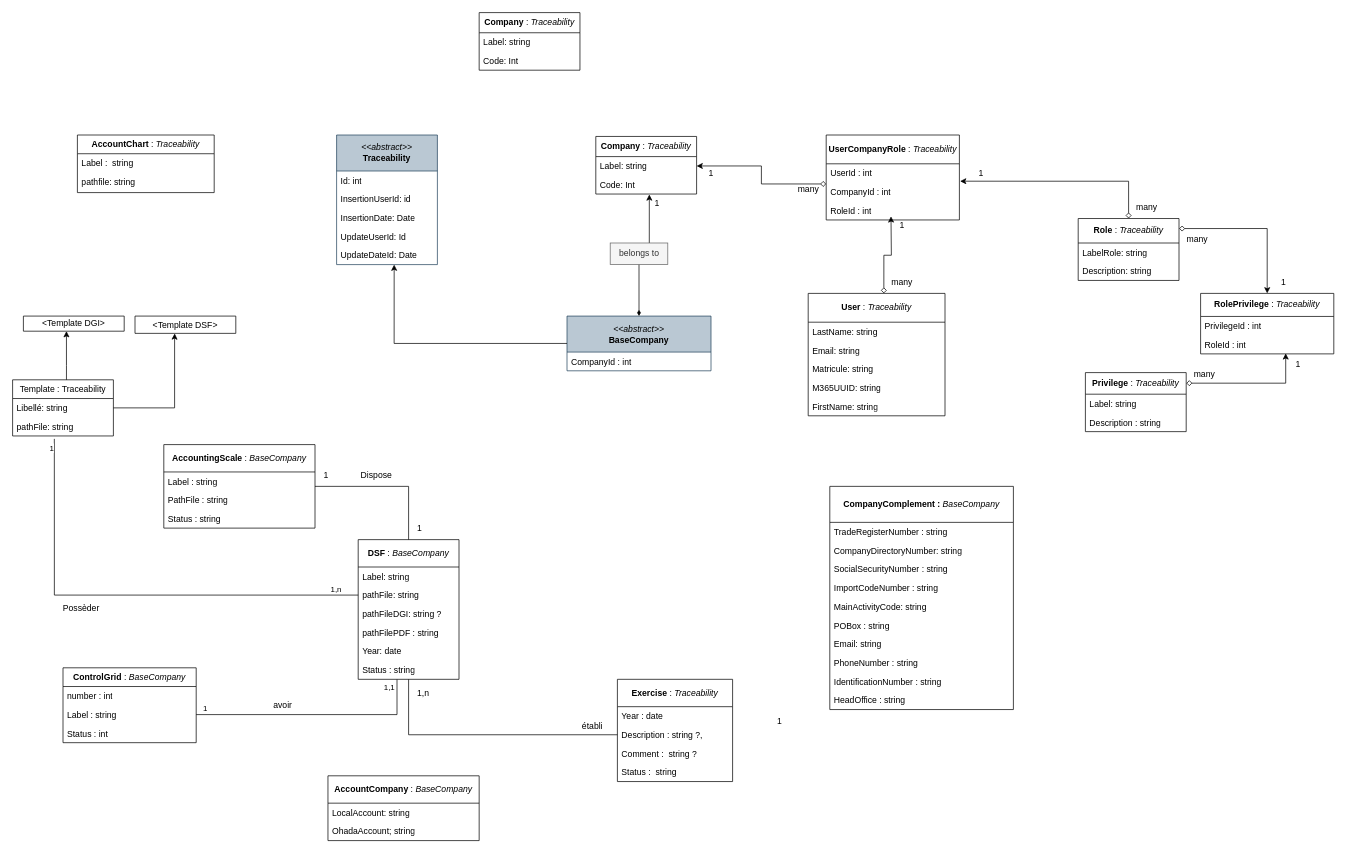
This is page "Diagramme_classe" (1 of 5) of Conception_DSF.drawio from Michelle-Ngami/Conception_DSF, a draw.io file, before an edit. Source tidied: cells renumbered, new cells numbered last; positions are measured from the earlier drawing's top-left corner, leaving out a move shared by most shapes. Both pictures are drawn from the tidied source at 72%, with x=0, y=0 at pixel (12, 12).
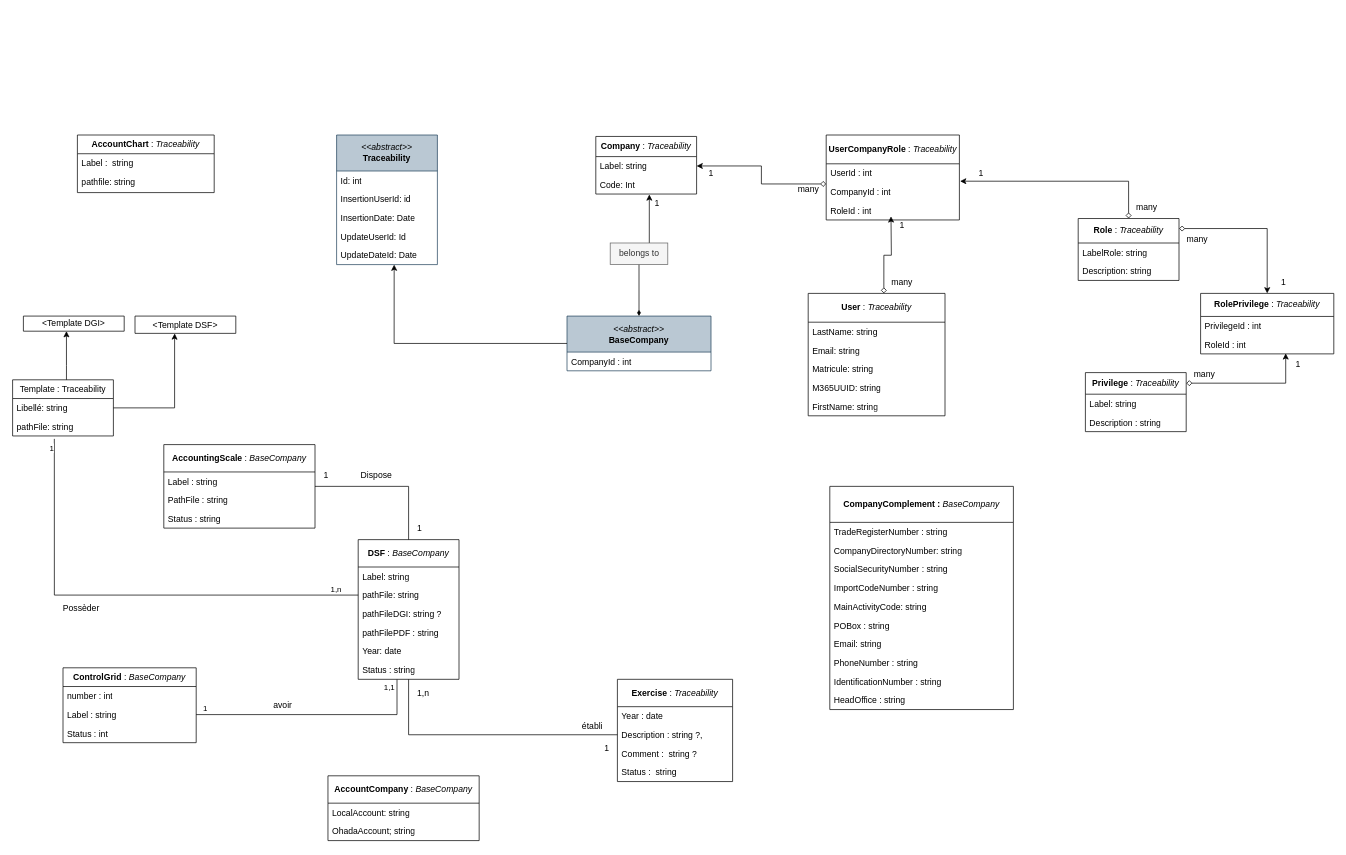
Above is the later version.

Diff of the diagram source:
```diff
@@
     <mxCell id="89" value="1" style="text;html=1;align=center;verticalAlign=middle;strokeColor=none;fillColor=none;" parent="1" vertex="1">
-      <mxGeometry x="1050" y="970" width="30" height="30" as="geometry" />
+      <mxGeometry x="810" y="1007" width="30" height="30" as="geometry" />
     </mxCell>
@@
-    <mxCell id="100" value="&lt;b&gt;Company &lt;/b&gt;: &lt;i&gt;Traceability&lt;/i&gt;" style="swimlane;fontStyle=0;horizontal=1;startSize=28;fillColor=none;whiteSpace=wrap;html=1;" parent="1" vertex="1">
-      <mxGeometry x="648" width="140" height="80" as="geometry" />
-    </mxCell>
-    <mxCell id="101" value="Label: string" style="text;strokeColor=none;fillColor=none;align=left;verticalAlign=top;spacingLeft=4;spacingRight=4;overflow=hidden;whiteSpace=wrap;html=1;" parent="100" vertex="1">
-      <mxGeometry y="28" width="140" height="26" as="geometry" />
-    </mxCell>
-    <mxCell id="102" value="Code: Int" style="text;strokeColor=none;fillColor=none;align=left;verticalAlign=top;spacingLeft=4;spacingRight=4;overflow=hidden;whiteSpace=wrap;html=1;" parent="100" vertex="1">
-      <mxGeometry y="54" width="140" height="26" as="geometry" />
-    </mxCell>
```
